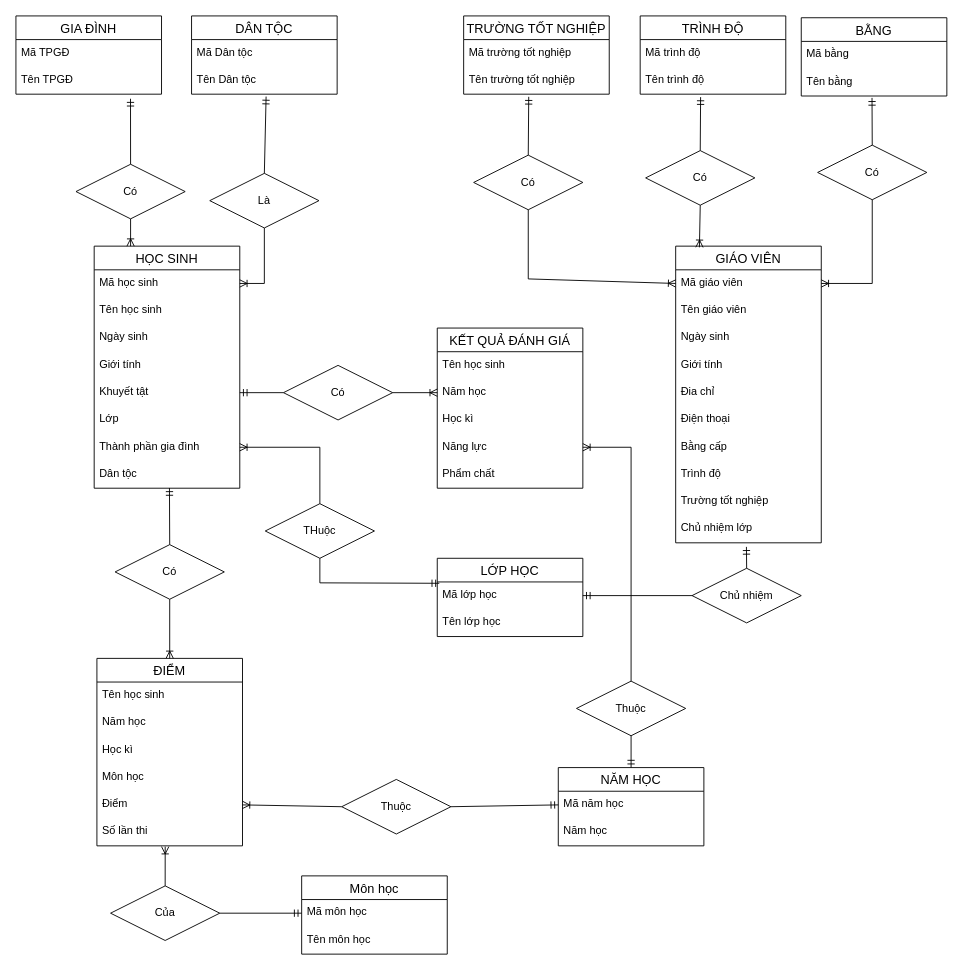
This is 3.1.2.drawio from TLGKien/graph, a draw.io file, before an edit. Source tidied: cells renumbered, new cells numbered last; positions are measured from the earlier drawing's top-left corner, leaving out a move shared by most shapes. Both pictures are drawn from the tidied source at 91%, with x=0, y=0 at pixel (15, 15).
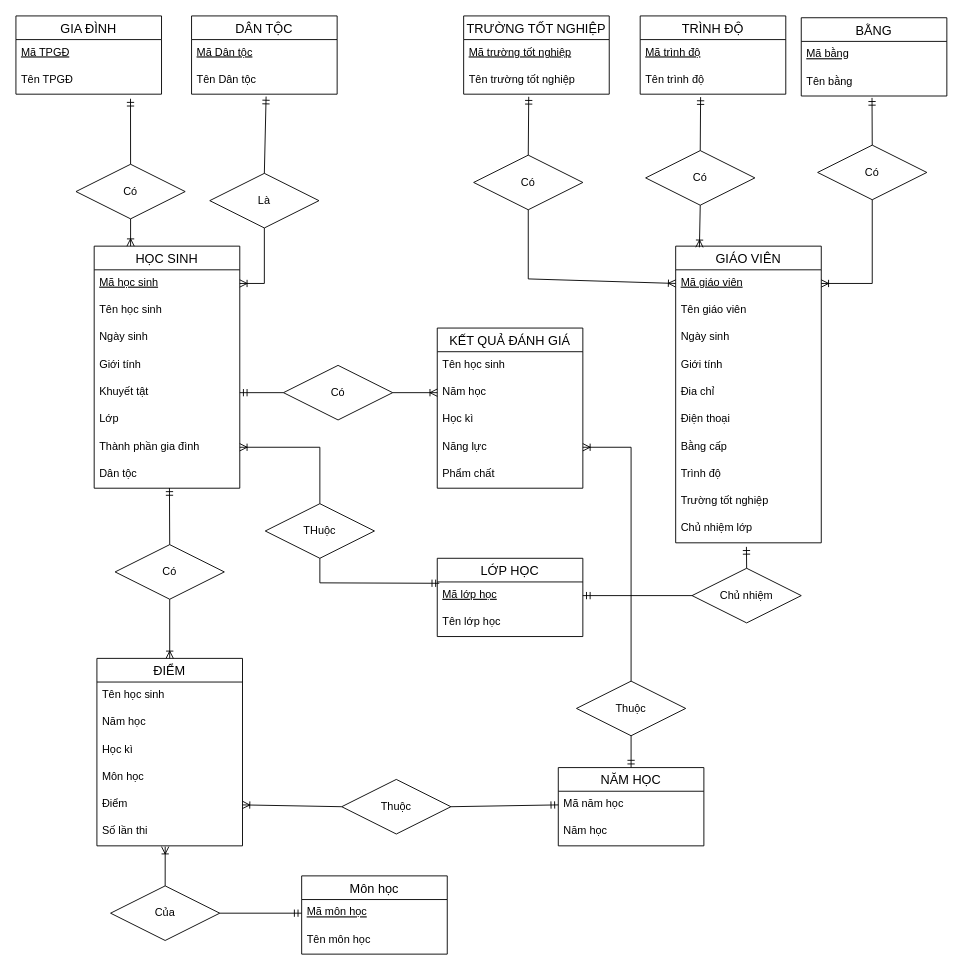
After the change.

The change refers to these unchanged cells:
```xml
<mxCell id="2" value="GIA ĐÌNH" style="swimlane;fontStyle=0;horizontal=1;startSize=26;align=center;fontSize=14;" parent="1" vertex="1">
  <mxGeometry width="160" height="86" as="geometry" />
</mxCell>
<mxCell id="5" value="DÂN TỘC" style="swimlane;fontStyle=0;horizontal=1;startSize=26;align=center;fontSize=14;" parent="1" vertex="1">
  <mxGeometry x="193" width="160" height="86" as="geometry" />
</mxCell>
<mxCell id="8" value="TRÌNH ĐỘ" style="swimlane;fontStyle=0;horizontal=1;startSize=26;align=center;fontSize=14;" parent="1" vertex="1">
  <mxGeometry x="686" width="160" height="86" as="geometry" />
</mxCell>
<mxCell id="11" value="TRƯỜNG TỐT NGHIỆP" style="swimlane;fontStyle=0;horizontal=1;startSize=26;align=center;fontSize=14;" parent="1" vertex="1">
  <mxGeometry x="492" width="160" height="86" as="geometry" />
</mxCell>
<mxCell id="14" value="BẰNG" style="swimlane;fontStyle=0;horizontal=1;startSize=26;align=center;fontSize=14;" parent="1" vertex="1">
  <mxGeometry x="863" y="2" width="160" height="86" as="geometry" />
</mxCell>
<mxCell id="17" value="HỌC SINH" style="swimlane;fontStyle=0;horizontal=1;startSize=26;align=center;fontSize=14;" parent="1" vertex="1">
  <mxGeometry x="86" y="253" width="160" height="266" as="geometry" />
</mxCell>
<mxCell id="26" value="GIÁO VIÊN" style="swimlane;fontStyle=0;horizontal=1;startSize=26;align=center;fontSize=14;" parent="1" vertex="1">
  <mxGeometry x="725" y="253" width="160" height="326" as="geometry" />
</mxCell>
<mxCell id="40" value="LỚP HỌC" style="swimlane;fontStyle=0;horizontal=1;startSize=26;align=center;fontSize=14;" parent="1" vertex="1">
  <mxGeometry x="463" y="596" width="160" height="86" as="geometry" />
</mxCell>
<mxCell id="43" value="Môn học" style="swimlane;fontStyle=0;horizontal=1;startSize=26;align=center;fontSize=14;" parent="1" vertex="1">
  <mxGeometry x="314" y="945" width="160" height="86" as="geometry" />
</mxCell>
```

Change to the diagram source:
```diff
@@
-    <mxCell id="3" value="Mã TPGĐ" style="text;strokeColor=none;fillColor=none;spacingLeft=4;spacingRight=4;overflow=hidden;fontSize=12;" parent="2" vertex="1">
+    <mxCell id="3" value="Mã TPGĐ" style="text;strokeColor=none;fillColor=none;spacingLeft=4;spacingRight=4;overflow=hidden;fontSize=12;fontStyle=4;" parent="2" vertex="1">
       <mxGeometry y="26" width="160" height="30" as="geometry" />
     </mxCell>
@@
-    <mxCell id="6" value="Mã Dân tộc" style="text;strokeColor=none;fillColor=none;spacingLeft=4;spacingRight=4;overflow=hidden;fontSize=12;" parent="5" vertex="1">
+    <mxCell id="6" value="Mã Dân tộc" style="text;strokeColor=none;fillColor=none;spacingLeft=4;spacingRight=4;overflow=hidden;fontSize=12;fontStyle=4;" parent="5" vertex="1">
       <mxGeometry y="26" width="160" height="30" as="geometry" />
     </mxCell>
@@
-    <mxCell id="9" value="Mã trình độ" style="text;strokeColor=none;fillColor=none;spacingLeft=4;spacingRight=4;overflow=hidden;fontSize=12;" parent="8" vertex="1">
+    <mxCell id="9" value="Mã trình độ" style="text;strokeColor=none;fillColor=none;spacingLeft=4;spacingRight=4;overflow=hidden;fontSize=12;fontStyle=4;" parent="8" vertex="1">
       <mxGeometry y="26" width="160" height="30" as="geometry" />
     </mxCell>
@@
-    <mxCell id="12" value="Mã trường tốt nghiệp" style="text;strokeColor=none;fillColor=none;spacingLeft=4;spacingRight=4;overflow=hidden;fontSize=12;" parent="11" vertex="1">
+    <mxCell id="12" value="Mã trường tốt nghiệp" style="text;strokeColor=none;fillColor=none;spacingLeft=4;spacingRight=4;overflow=hidden;fontSize=12;fontStyle=4;" parent="11" vertex="1">
       <mxGeometry y="26" width="160" height="30" as="geometry" />
     </mxCell>
@@
-    <mxCell id="15" value="Mã bằng" style="text;strokeColor=none;fillColor=none;spacingLeft=4;spacingRight=4;overflow=hidden;fontSize=12;" parent="14" vertex="1">
+    <mxCell id="15" value="Mã bằng" style="text;strokeColor=none;fillColor=none;spacingLeft=4;spacingRight=4;overflow=hidden;fontSize=12;fontStyle=4;" parent="14" vertex="1">
       <mxGeometry y="26" width="160" height="30" as="geometry" />
     </mxCell>
@@
-    <mxCell id="18" value="Mã học sinh" style="text;strokeColor=none;fillColor=none;spacingLeft=4;spacingRight=4;overflow=hidden;points=[[0,0.5],[1,0.5]];portConstraint=eastwest;fontSize=12;" parent="17" vertex="1">
+    <mxCell id="18" value="Mã học sinh" style="text;strokeColor=none;fillColor=none;spacingLeft=4;spacingRight=4;overflow=hidden;points=[[0,0.5],[1,0.5]];portConstraint=eastwest;fontSize=12;fontStyle=4;" parent="17" vertex="1">
       <mxGeometry y="26" width="160" height="30" as="geometry" />
     </mxCell>
@@
-    <mxCell id="27" value="Mã giáo viên" style="text;strokeColor=none;fillColor=none;spacingLeft=4;spacingRight=4;overflow=hidden;points=[[0,0.5],[1,0.5]];portConstraint=eastwest;fontSize=12;" parent="26" vertex="1">
+    <mxCell id="27" value="Mã giáo viên" style="text;strokeColor=none;fillColor=none;spacingLeft=4;spacingRight=4;overflow=hidden;points=[[0,0.5],[1,0.5]];portConstraint=eastwest;fontSize=12;fontStyle=4;" parent="26" vertex="1">
       <mxGeometry y="26" width="160" height="30" as="geometry" />
     </mxCell>
@@
-    <mxCell id="41" value="Mã lớp học" style="text;strokeColor=none;fillColor=none;spacingLeft=4;spacingRight=4;overflow=hidden;points=[[0,0.5],[1,0.5]];portConstraint=eastwest;fontSize=12;" parent="40" vertex="1">
+    <mxCell id="41" value="Mã lớp học" style="text;strokeColor=none;fillColor=none;spacingLeft=4;spacingRight=4;overflow=hidden;points=[[0,0.5],[1,0.5]];portConstraint=eastwest;fontSize=12;fontStyle=4;" parent="40" vertex="1">
       <mxGeometry y="26" width="160" height="30" as="geometry" />
     </mxCell>
@@
-    <mxCell id="44" value="Mã môn học" style="text;strokeColor=none;fillColor=none;spacingLeft=4;spacingRight=4;overflow=hidden;points=[[0,0.5],[1,0.5]];portConstraint=eastwest;fontSize=12;" parent="43" vertex="1">
+    <mxCell id="44" value="Mã môn học" style="text;strokeColor=none;fillColor=none;spacingLeft=4;spacingRight=4;overflow=hidden;points=[[0,0.5],[1,0.5]];portConstraint=eastwest;fontSize=12;fontStyle=4;" parent="43" vertex="1">
       <mxGeometry y="26" width="160" height="30" as="geometry" />
     </mxCell>
```
